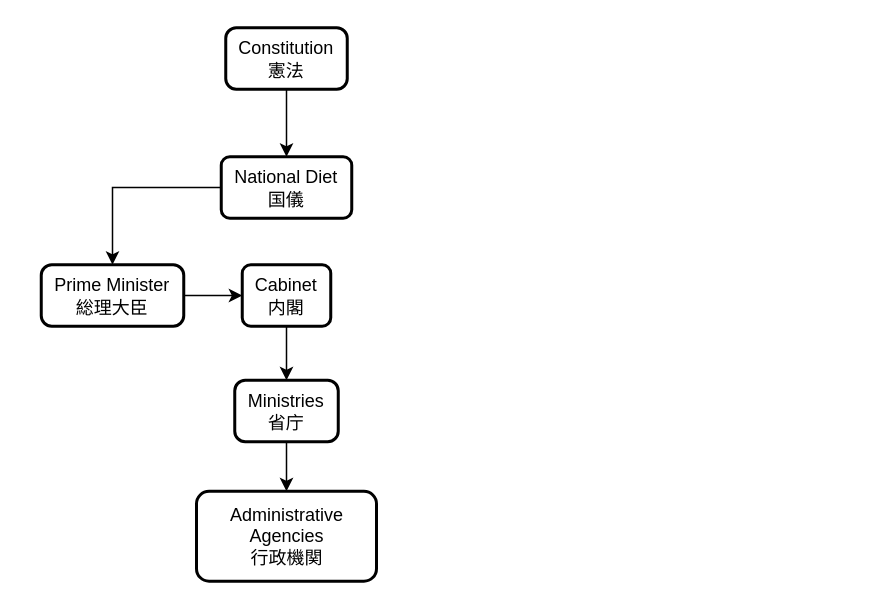
Before: BSL Diagrams.drawio in benstanfish/Diagrams, a draw.io diagram. Source tidied: cells renumbered, new cells numbered last; positions are measured from the earlier drawing's top-left corner, leaving out a move shared by most shapes. Both pictures are drawn from the tidied source at 150%, with x=0, y=0 at pixel (40, 27).
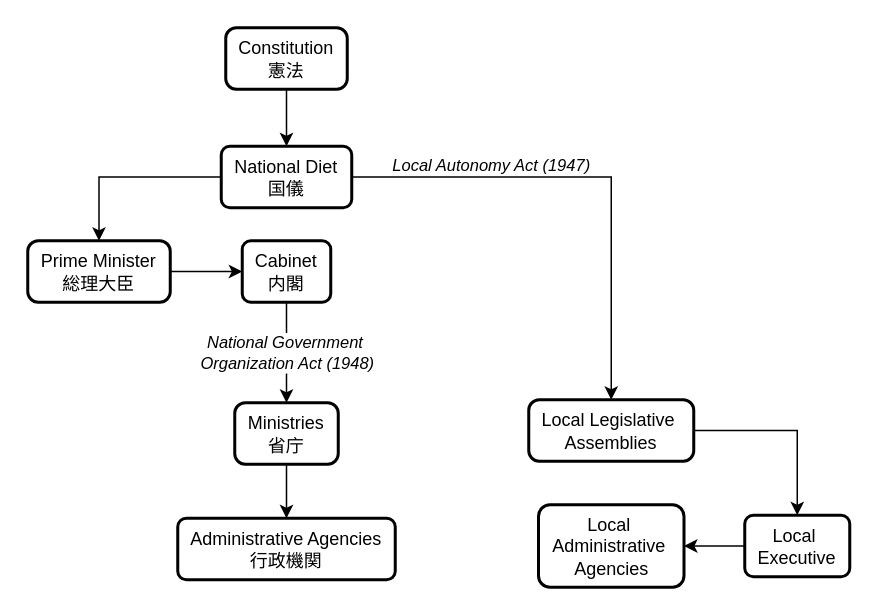
The same page after the edit.

What changed in the source:
```diff
@@
 <mxGraphModel>
   <root>
     <mxCell id="0" />
     <mxCell id="1" parent="0" />
     <mxCell id="2" style="edgeStyle=orthogonalEdgeStyle;rounded=0;jettySize=auto;html=1;" parent="1" edge="1" source="3" target="5">
       <mxGeometry relative="1" as="geometry" />
     </mxCell>
     <mxCell id="3" value="Constitution&lt;div&gt;憲法&lt;/div&gt;" style="rounded=1;whiteSpace=wrap;html=1;absoluteArcSize=1;arcSize=14;strokeWidth=2;" parent="1" vertex="1">
       <mxGeometry x="123" width="81" height="41" as="geometry" />
     </mxCell>
+    <mxCell id="13" value="Local Autonomy Act (1947)" style="edgeStyle=orthogonalEdgeStyle;rounded=0;jettySize=auto;html=1;fontStyle=2;" parent="1" edge="1" source="5" target="15">
+      <mxGeometry x="-0.42" y="8" relative="1" as="geometry" />
+    </mxCell>
-    <mxCell id="4" style="edgeStyle=orthogonalEdgeStyle;rounded=0;jettySize=auto;html=1;" parent="1" edge="1" source="5" target="9">
-      <mxGeometry relative="1" as="geometry" />
+    <mxCell id="4" style="edgeStyle=orthogonalEdgeStyle;rounded=0;jettySize=auto;html=1;entryX=0.5;entryY=0;entryDx=0;entryDy=0;fontStyle=2;" parent="1" edge="1" source="5" target="9">
+      <mxGeometry x="-0.01" y="-15" relative="1" as="geometry" />
     </mxCell>
     <mxCell id="5" value="National Diet&lt;div&gt;国儀&lt;/div&gt;" style="whiteSpace=wrap;html=1;rounded=1;arcSize=14;strokeWidth=2;" parent="1" vertex="1">
-      <mxGeometry x="120" y="86" width="87" height="41" as="geometry" />
+      <mxGeometry x="120" y="79" width="87" height="41" as="geometry" />
     </mxCell>
-    <mxCell id="6" style="edgeStyle=orthogonalEdgeStyle;rounded=0;jettySize=auto;html=1;" parent="1" edge="1" source="7" target="11">
+    <mxCell id="6" value="National Government&amp;nbsp;&lt;div&gt;Organization Act (1948)&lt;/div&gt;" style="edgeStyle=orthogonalEdgeStyle;rounded=0;jettySize=auto;html=1;fontStyle=2;" parent="1" edge="1" source="7" target="11">
       <mxGeometry relative="1" as="geometry" />
     </mxCell>
     <mxCell id="7" value="Cabinet&lt;div&gt;内閣&lt;/div&gt;" style="whiteSpace=wrap;html=1;rounded=1;arcSize=14;strokeWidth=2;" parent="1" vertex="1">
-      <mxGeometry x="134" y="158" width="59" height="41" as="geometry" />
+      <mxGeometry x="134" y="142" width="59" height="41" as="geometry" />
     </mxCell>
     <mxCell id="8" style="edgeStyle=orthogonalEdgeStyle;rounded=0;jettySize=auto;html=1;" parent="1" edge="1" source="9" target="7">
       <mxGeometry relative="1" as="geometry" />
     </mxCell>
     <mxCell id="9" value="Prime Minister&lt;div&gt;総理大臣&lt;/div&gt;" style="rounded=1;whiteSpace=wrap;html=1;absoluteArcSize=1;arcSize=14;strokeWidth=2;" parent="1" vertex="1">
-      <mxGeometry y="158" width="95" height="41" as="geometry" />
+      <mxGeometry x="-9" y="142" width="95" height="41" as="geometry" />
     </mxCell>
     <mxCell id="10" style="edgeStyle=orthogonalEdgeStyle;rounded=0;jettySize=auto;html=1;" parent="1" edge="1" source="11" target="12">
       <mxGeometry relative="1" as="geometry" />
     </mxCell>
     <mxCell id="11" value="&lt;div&gt;Ministries&lt;/div&gt;&lt;div&gt;省庁&lt;/div&gt;" style="rounded=1;whiteSpace=wrap;html=1;absoluteArcSize=1;arcSize=14;strokeWidth=2;" parent="1" vertex="1">
-      <mxGeometry x="129" y="235" width="69" height="41" as="geometry" />
+      <mxGeometry x="129" y="250" width="69" height="41" as="geometry" />
     </mxCell>
     <mxCell id="12" value="Administrative Agencies&lt;div&gt;行政機関&lt;/div&gt;" style="whiteSpace=wrap;html=1;rounded=1;arcSize=14;strokeWidth=2;" parent="1" vertex="1">
-      <mxGeometry x="103.5" y="309" width="120" height="60" as="geometry" />
+      <mxGeometry x="91" y="327" width="145" height="41" as="geometry" />
     </mxCell>
+    <mxCell id="14" style="edgeStyle=orthogonalEdgeStyle;rounded=0;jettySize=auto;html=1;entryX=0.5;entryY=0;entryDx=0;entryDy=0;" parent="1" edge="1" source="15" target="17">
+      <mxGeometry relative="1" as="geometry" />
+    </mxCell>
+    <mxCell id="15" value="Local Legislative&amp;nbsp;&lt;div&gt;Assemblies&lt;/div&gt;" style="rounded=1;whiteSpace=wrap;html=1;absoluteArcSize=1;arcSize=14;strokeWidth=2;" parent="1" vertex="1">
+      <mxGeometry x="325" y="248" width="110" height="41" as="geometry" />
+    </mxCell>
+    <mxCell id="16" style="edgeStyle=orthogonalEdgeStyle;rounded=0;jettySize=auto;html=1;" parent="1" edge="1" source="17" target="18">
+      <mxGeometry relative="1" as="geometry" />
+    </mxCell>
+    <mxCell id="17" value="Local&amp;nbsp;&lt;div&gt;Executive&lt;/div&gt;" style="whiteSpace=wrap;html=1;rounded=1;arcSize=14;strokeWidth=2;" parent="1" vertex="1">
+      <mxGeometry x="469" y="325" width="70" height="41" as="geometry" />
+    </mxCell>
+    <mxCell id="18" value="Local&amp;nbsp;&lt;div&gt;Administrative&amp;nbsp;&lt;div&gt;Agencies&lt;/div&gt;&lt;/div&gt;" style="whiteSpace=wrap;html=1;rounded=1;arcSize=14;strokeWidth=2;" parent="1" vertex="1">
+      <mxGeometry x="331.5" y="318" width="97" height="55" as="geometry" />
+    </mxCell>
   </root>
 </mxGraphModel>
```
